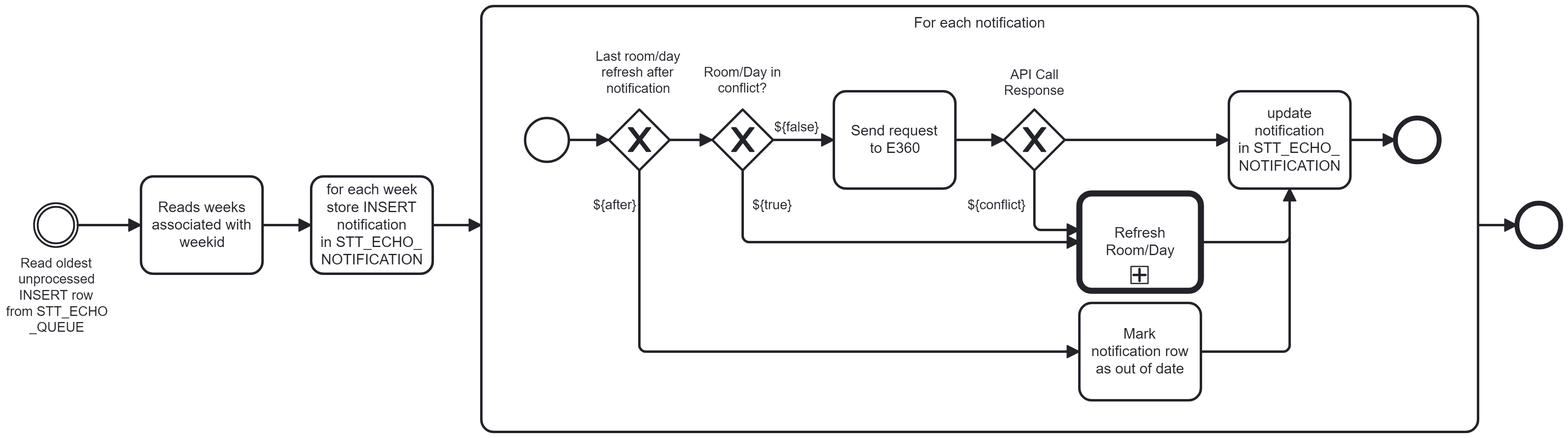
This is img/notification-delete.png from ororker/cmis-e360, a BPMN export, as it was before one commit. Its source is kept beside it as notification-delete.bpmn. Ids are renumbered.
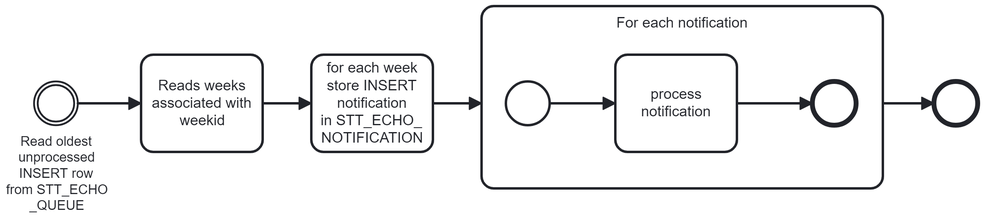
Later version of the same file.

Commit message:
added process notification & refresh room-day sections

The edit, as a diff of the source:
```diff
@@ -1,4 +1,4 @@
-<bpmn:definitions xmlns:bpmn="http://www.omg.org/spec/BPMN/20100524/MODEL" xmlns:bpmndi="http://www.omg.org/spec/BPMN/20100524/DI" xmlns:dc="http://www.omg.org/spec/DD/20100524/DC" xmlns:di="http://www.omg.org/spec/DD/20100524/DI" xmlns:xsi="http://www.w3.org/2001/XMLSchema-instance" xmlns:zeebe="http://camunda.org/schema/zeebe/1.0" xmlns:modeler="http://camunda.org/schema/modeler/1.0" id="Definitions_n1" targetNamespace="http://bpmn.io/schema/bpmn" exporter="Camunda Modeler" exporterVersion="5.29.0" modeler:executionPlatform="Camunda Cloud" modeler:executionPlatformVersion="8.6.0">
+<bpmn:definitions xmlns:bpmn="http://www.omg.org/spec/BPMN/20100524/MODEL" xmlns:bpmndi="http://www.omg.org/spec/BPMN/20100524/DI" xmlns:dc="http://www.omg.org/spec/DD/20100524/DC" xmlns:di="http://www.omg.org/spec/DD/20100524/DI" xmlns:xsi="http://www.w3.org/2001/XMLSchema-instance" xmlns:modeler="http://camunda.org/schema/modeler/1.0" id="Definitions_n1" targetNamespace="http://bpmn.io/schema/bpmn" exporter="Camunda Modeler" exporterVersion="5.29.0" modeler:executionPlatform="Camunda Cloud" modeler:executionPlatformVersion="8.6.0">
   <bpmn:process id="Process_n2" isExecutable="true">
     <bpmn:endEvent id="Event_n3">
       <bpmn:incoming>Flow_n4</bpmn:incoming>
@@ -10,59 +10,17 @@
     <bpmn:subProcess id="Activity_n7" name="For each notification">
       <bpmn:incoming>Flow_n5</bpmn:incoming>
       <bpmn:outgoing>Flow_n4</bpmn:outgoing>
-      <bpmn:sequenceFlow id="Flow_n12" name="${after}" sourceRef="Gateway_n13" targetRef="Activity_n14" />
-      <bpmn:sequenceFlow id="Flow_n15" name="${conflict}" sourceRef="Gateway_n16" targetRef="Activity_n17" />
-      <bpmn:sequenceFlow id="Flow_n18" name="${false}" sourceRef="Gateway_n19" targetRef="Activity_n20" />
-      <bpmn:sequenceFlow id="Flow_n21" name="${true}" sourceRef="Gateway_n19" targetRef="Activity_n17" />
-      <bpmn:exclusiveGateway id="Gateway_n16" name="API Call Response">
-        <bpmn:incoming>Flow_n22</bpmn:incoming>
-        <bpmn:outgoing>Flow_n15</bpmn:outgoing>
-        <bpmn:outgoing>Flow_n23</bpmn:outgoing>
-      </bpmn:exclusiveGateway>
-      <bpmn:startEvent id="Event_n24">
-        <bpmn:outgoing>Flow_n25</bpmn:outgoing>
+      <bpmn:startEvent id="Event_n34">
+        <bpmn:outgoing>Flow_n35</bpmn:outgoing>
       </bpmn:startEvent>
-      <bpmn:endEvent id="Event_n26">
-        <bpmn:incoming>Flow_n27</bpmn:incoming>
+      <bpmn:endEvent id="Event_n36">
+        <bpmn:incoming>Flow_n37</bpmn:incoming>
       </bpmn:endEvent>
-      <bpmn:sequenceFlow id="Flow_n22" sourceRef="Activity_n20" targetRef="Gateway_n16" />
-      <bpmn:sequenceFlow id="Flow_n28" sourceRef="Gateway_n13" targetRef="Gateway_n19" />
-      <bpmn:sequenceFlow id="Flow_n29" sourceRef="Activity_n17" targetRef="Activity_n30" />
-      <bpmn:sequenceFlow id="Flow_n25" sourceRef="Event_n24" targetRef="Gateway_n13" />
-      <bpmn:sequenceFlow id="Flow_n23" sourceRef="Gateway_n16" targetRef="Activity_n30" />
-      <bpmn:sequenceFlow id="Flow_n27" sourceRef="Activity_n30" targetRef="Event_n26" />
-      <bpmn:sequenceFlow id="Flow_n31" sourceRef="Activity_n14" targetRef="Activity_n30" />
-      <bpmn:exclusiveGateway id="Gateway_n13" name="Last room/day refresh after notification">
-        <bpmn:incoming>Flow_n25</bpmn:incoming>
-        <bpmn:outgoing>Flow_n28</bpmn:outgoing>
-        <bpmn:outgoing>Flow_n12</bpmn:outgoing>
-      </bpmn:exclusiveGateway>
-      <bpmn:task id="Activity_n14" name="Mark notification row as out of date">
-        <bpmn:incoming>Flow_n12</bpmn:incoming>
-        <bpmn:outgoing>Flow_n31</bpmn:outgoing>
-      </bpmn:task>
-      <bpmn:callActivity id="Activity_n17" name="Refresh Room/Day">
-        <bpmn:extensionElements>
-          <zeebe:calledElement processId="refresh-room-day" propagateAllChildVariables="false" />
-        </bpmn:extensionElements>
-        <bpmn:incoming>Flow_n15</bpmn:incoming>
-        <bpmn:incoming>Flow_n21</bpmn:incoming>
-        <bpmn:outgoing>Flow_n29</bpmn:outgoing>
-      </bpmn:callActivity>
-      <bpmn:exclusiveGateway id="Gateway_n19" name="Room/Day in conflict?">
-        <bpmn:incoming>Flow_n28</bpmn:incoming>
-        <bpmn:outgoing>Flow_n21</bpmn:outgoing>
-        <bpmn:outgoing>Flow_n18</bpmn:outgoing>
-      </bpmn:exclusiveGateway>
-      <bpmn:task id="Activity_n20" name="Send request to E360">
-        <bpmn:incoming>Flow_n18</bpmn:incoming>
-        <bpmn:outgoing>Flow_n22</bpmn:outgoing>
-      </bpmn:task>
-      <bpmn:task id="Activity_n30" name="update notification in STT_ECHO_ NOTIFICATION">
-        <bpmn:incoming>Flow_n23</bpmn:incoming>
-        <bpmn:incoming>Flow_n29</bpmn:incoming>
-        <bpmn:incoming>Flow_n31</bpmn:incoming>
-        <bpmn:outgoing>Flow_n27</bpmn:outgoing>
+      <bpmn:sequenceFlow id="Flow_n37" sourceRef="Activity_n38" targetRef="Event_n36" />
+      <bpmn:sequenceFlow id="Flow_n35" sourceRef="Event_n34" targetRef="Activity_n38" />
+      <bpmn:task id="Activity_n38" name="process notification">
+        <bpmn:incoming>Flow_n35</bpmn:incoming>
+        <bpmn:outgoing>Flow_n37</bpmn:outgoing>
       </bpmn:task>
     </bpmn:subProcess>
     <bpmn:task id="Activity_n6" name="for each week store INSERT notification in STT_ECHO_ NOTIFICATION">
@@ -79,144 +37,59 @@
   </bpmn:process>
   <bpmndi:BPMNDiagram id="BPMNDiagram_1">
     <bpmndi:BPMNPlane id="BPMNPlane_1" bpmnElement="Process_n2">
+      <bpmndi:BPMNShape id="Event_n3_di" bpmnElement="Event_n3">
+        <dc:Bounds x="922" y="142" width="36" height="36" />
+      </bpmndi:BPMNShape>
+      <bpmndi:BPMNShape id="Activity_1nt4fov_di" bpmnElement="Activity_n7" isExpanded="true">
+        <dc:Bounds x="550" y="80" width="330" height="150" />
+      </bpmndi:BPMNShape>
+      <bpmndi:BPMNShape id="Event_n34_di" bpmnElement="Event_n34">
+        <dc:Bounds x="570" y="142" width="36" height="36" />
+      </bpmndi:BPMNShape>
+      <bpmndi:BPMNShape id="Activity_n38_di" bpmnElement="Activity_n38">
+        <dc:Bounds x="660" y="120" width="100" height="80" />
+        <bpmndi:BPMNLabel />
+      </bpmndi:BPMNShape>
+      <bpmndi:BPMNShape id="Event_n36_di" bpmnElement="Event_n36">
+        <dc:Bounds x="822" y="142" width="36" height="36" />
+      </bpmndi:BPMNShape>
+      <bpmndi:BPMNEdge id="Flow_n35_di" bpmnElement="Flow_n35">
+        <di:waypoint x="606" y="160" />
+        <di:waypoint x="660" y="160" />
+      </bpmndi:BPMNEdge>
+      <bpmndi:BPMNEdge id="Flow_n37_di" bpmnElement="Flow_n37">
+        <di:waypoint x="760" y="160" />
+        <di:waypoint x="822" y="160" />
+      </bpmndi:BPMNEdge>
+      <bpmndi:BPMNShape id="Activity_n6_di" bpmnElement="Activity_n6">
+        <dc:Bounds x="410" y="120" width="100" height="80" />
+        <bpmndi:BPMNLabel />
+      </bpmndi:BPMNShape>
       <bpmndi:BPMNShape id="BPMNShape_n32" bpmnElement="Event_n9">
-        <dc:Bounds x="182" y="352" width="36" height="36" />
+        <dc:Bounds x="182" y="142" width="36" height="36" />
         <bpmndi:BPMNLabel>
-          <dc:Bounds x="159" y="395" width="84" height="66" />
+          <dc:Bounds x="159" y="185" width="84" height="66" />
         </bpmndi:BPMNLabel>
       </bpmndi:BPMNShape>
       <bpmndi:BPMNShape id="Activity_n10_di" bpmnElement="Activity_n10">
-        <dc:Bounds x="270" y="330" width="100" height="80" />
+        <dc:Bounds x="270" y="120" width="100" height="80" />
         <bpmndi:BPMNLabel />
       </bpmndi:BPMNShape>
-      <bpmndi:BPMNShape id="Activity_n6_di" bpmnElement="Activity_n6">
-        <dc:Bounds x="410" y="330" width="100" height="80" />
-        <bpmndi:BPMNLabel />
-      </bpmndi:BPMNShape>
-      <bpmndi:BPMNShape id="Event_n3_di" bpmnElement="Event_n3">
-        <dc:Bounds x="1402" y="352" width="36" height="36" />
-      </bpmndi:BPMNShape>
-      <bpmndi:BPMNShape id="Activity_1nt4fov_di" bpmnElement="Activity_n7" isExpanded="true">
-        <dc:Bounds x="550" y="80" width="820" height="590" />
-      </bpmndi:BPMNShape>
-      <bpmndi:BPMNShape id="Event_n24_di" bpmnElement="Event_n24">
-        <dc:Bounds x="586" y="282" width="36" height="36" />
-      </bpmndi:BPMNShape>
-      <bpmndi:BPMNShape id="Gateway_n13_di" bpmnElement="Gateway_n13" isMarkerVisible="true">
-        <dc:Bounds x="655" y="275" width="50" height="50" />
-        <bpmndi:BPMNLabel>
-          <dc:Bounds x="644" y="225" width="71" height="40" />
-        </bpmndi:BPMNLabel>
-      </bpmndi:BPMNShape>
-      <bpmndi:BPMNShape id="Event_n26_di" bpmnElement="Event_n26">
-        <dc:Bounds x="1302" y="282" width="36" height="36" />
-      </bpmndi:BPMNShape>
-      <bpmndi:BPMNShape id="Gateway_n16_di" bpmnElement="Gateway_n16" isMarkerVisible="true">
-        <dc:Bounds x="980" y="275" width="50" height="50" />
-        <bpmndi:BPMNLabel>
-          <dc:Bounds x="980" y="240" width="50" height="27" />
-        </bpmndi:BPMNLabel>
-      </bpmndi:BPMNShape>
-      <bpmndi:BPMNShape id="Activity_n20_di" bpmnElement="Activity_n20">
-        <dc:Bounds x="840" y="260" width="100" height="80" />
-        <bpmndi:BPMNLabel />
-      </bpmndi:BPMNShape>
-      <bpmndi:BPMNShape id="Activity_0cr0ey7_di" bpmnElement="Activity_n17">
-        <dc:Bounds x="1042" y="344" width="100" height="80" />
-      </bpmndi:BPMNShape>
-      <bpmndi:BPMNShape id="BPMNShape_n33" bpmnElement="Activity_n14">
-        <dc:Bounds x="1042" y="434" width="100" height="80" />
-        <bpmndi:BPMNLabel />
-      </bpmndi:BPMNShape>
-      <bpmndi:BPMNShape id="Gateway_n19_di" bpmnElement="Gateway_n19" isMarkerVisible="true">
-        <dc:Bounds x="740" y="275" width="50" height="50" />
-        <bpmndi:BPMNLabel>
-          <dc:Bounds x="733" y="238" width="64" height="27" />
-        </bpmndi:BPMNLabel>
-      </bpmndi:BPMNShape>
-      <bpmndi:BPMNShape id="Activity_n30_di" bpmnElement="Activity_n30">
-        <dc:Bounds x="1165" y="260" width="100" height="80" />
-        <bpmndi:BPMNLabel />
-      </bpmndi:BPMNShape>
-      <bpmndi:BPMNEdge id="Flow_n27_di" bpmnElement="Flow_n27">
-        <di:waypoint x="1265" y="300" />
-        <di:waypoint x="1302" y="300" />
+      <bpmndi:BPMNEdge id="Flow_n5_di" bpmnElement="Flow_n5">
+        <di:waypoint x="510" y="160" />
+        <di:waypoint x="550" y="160" />
       </bpmndi:BPMNEdge>
-      <bpmndi:BPMNEdge id="Flow_n22_di" bpmnElement="Flow_n22">
-        <di:waypoint x="940" y="300" />
-        <di:waypoint x="980" y="300" />
-      </bpmndi:BPMNEdge>
-      <bpmndi:BPMNEdge id="Flow_n15_di" bpmnElement="Flow_n15">
-        <di:waypoint x="1005" y="325" />
-        <di:waypoint x="1005" y="374" />
-        <di:waypoint x="1042" y="374" />
-        <bpmndi:BPMNLabel>
-          <dc:Bounds x="950" y="347" width="49" height="14" />
-        </bpmndi:BPMNLabel>
-      </bpmndi:BPMNEdge>
-      <bpmndi:BPMNEdge id="Flow_n23_di" bpmnElement="Flow_n23">
-        <di:waypoint x="1030" y="300" />
-        <di:waypoint x="1165" y="300" />
-        <bpmndi:BPMNLabel>
-          <dc:Bounds x="1117" y="248" width="54" height="14" />
-        </bpmndi:BPMNLabel>
-      </bpmndi:BPMNEdge>
-      <bpmndi:BPMNEdge id="Flow_n21_di" bpmnElement="Flow_n21">
-        <di:waypoint x="765" y="325" />
-        <di:waypoint x="765" y="384" />
-        <di:waypoint x="1042" y="384" />
-        <bpmndi:BPMNLabel>
-          <dc:Bounds x="773" y="347" width="33" height="14" />
-        </bpmndi:BPMNLabel>
-      </bpmndi:BPMNEdge>
-      <bpmndi:BPMNEdge id="Flow_n18_di" bpmnElement="Flow_n18">
-        <di:waypoint x="790" y="300" />
-        <di:waypoint x="840" y="300" />
-        <bpmndi:BPMNLabel>
-          <dc:Bounds x="791" y="283" width="38" height="14" />
-        </bpmndi:BPMNLabel>
-      </bpmndi:BPMNEdge>
-      <bpmndi:BPMNEdge id="Flow_n29_di" bpmnElement="Flow_n29">
-        <di:waypoint x="1142" y="384" />
-        <di:waypoint x="1215" y="384" />
-        <di:waypoint x="1215" y="340" />
-      </bpmndi:BPMNEdge>
-      <bpmndi:BPMNEdge id="Flow_n25_di" bpmnElement="Flow_n25">
-        <di:waypoint x="622" y="300" />
-        <di:waypoint x="655" y="300" />
-      </bpmndi:BPMNEdge>
-      <bpmndi:BPMNEdge id="Flow_n31_di" bpmnElement="Flow_n31">
-        <di:waypoint x="1142" y="474" />
-        <di:waypoint x="1215" y="474" />
-        <di:waypoint x="1215" y="340" />
-      </bpmndi:BPMNEdge>
-      <bpmndi:BPMNEdge id="Flow_n28_di" bpmnElement="Flow_n28">
-        <di:waypoint x="705" y="300" />
-        <di:waypoint x="740" y="300" />
-      </bpmndi:BPMNEdge>
-      <bpmndi:BPMNEdge id="Flow_n12_di" bpmnElement="Flow_n12">
-        <di:waypoint x="680" y="325" />
-        <di:waypoint x="680" y="474" />
-        <di:waypoint x="1042" y="474" />
-        <bpmndi:BPMNLabel>
-          <dc:Bounds x="642" y="347" width="36" height="14" />
-        </bpmndi:BPMNLabel>
+      <bpmndi:BPMNEdge id="Flow_n8_di" bpmnElement="Flow_n8">
+        <di:waypoint x="218" y="160" />
+        <di:waypoint x="270" y="160" />
       </bpmndi:BPMNEdge>
       <bpmndi:BPMNEdge id="Flow_n4_di" bpmnElement="Flow_n4">
-        <di:waypoint x="1370" y="370" />
-        <di:waypoint x="1402" y="370" />
-      </bpmndi:BPMNEdge>
-      <bpmndi:BPMNEdge id="Flow_n8_di" bpmnElement="Flow_n8">
-        <di:waypoint x="218" y="370" />
-        <di:waypoint x="270" y="370" />
+        <di:waypoint x="880" y="160" />
+        <di:waypoint x="922" y="160" />
       </bpmndi:BPMNEdge>
       <bpmndi:BPMNEdge id="Flow_n11_di" bpmnElement="Flow_n11">
-        <di:waypoint x="370" y="370" />
-        <di:waypoint x="410" y="370" />
-      </bpmndi:BPMNEdge>
-      <bpmndi:BPMNEdge id="Flow_n5_di" bpmnElement="Flow_n5">
-        <di:waypoint x="510" y="370" />
-        <di:waypoint x="550" y="370" />
+        <di:waypoint x="370" y="160" />
+        <di:waypoint x="410" y="160" />
       </bpmndi:BPMNEdge>
     </bpmndi:BPMNPlane>
   </bpmndi:BPMNDiagram>
```
